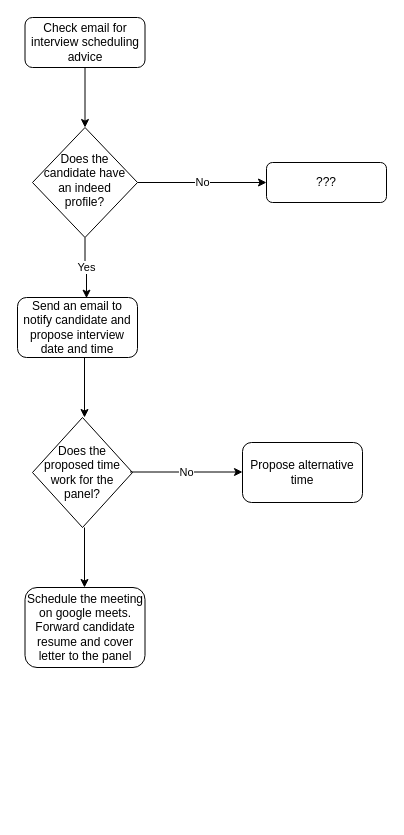
MatzKing/share-course keeps this draw.io diagram as Untitled Diagram.drawio. Above is the earlier version. Source tidied: cells renumbered, new cells numbered last; positions are measured from the earlier drawing's top-left corner, leaving out a move shared by most shapes. Both pictures are drawn from the tidied source at 100%, with x=0, y=0 at pixel (17, 17).
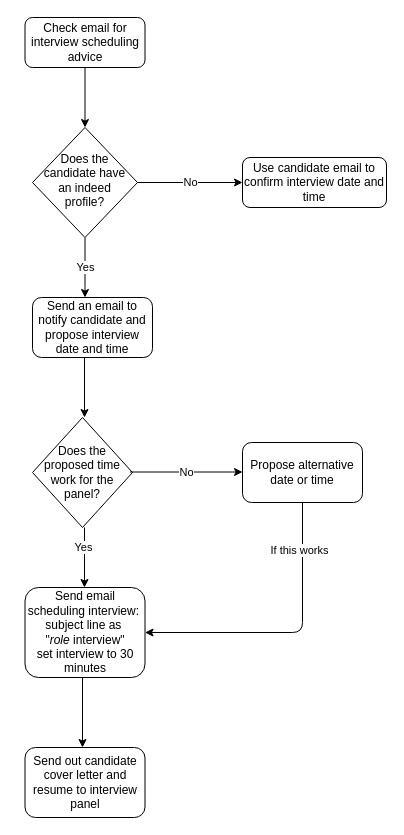
Above is the later version.

The change refers to these unchanged cells:
```xml
<mxCell id="6" value="Does the candidate have an indeed profile?" style="rhombus;whiteSpace=wrap;html=1;shadow=0;fontFamily=Helvetica;fontSize=12;align=center;strokeWidth=1;spacing=6;spacingTop=-4;" parent="1" vertex="1">
  <mxGeometry x="15" y="110" width="105" height="110" as="geometry" />
</mxCell>
<mxCell id="12" style="endArrow=classic;html=1;" parent="1" edge="1">
  <mxGeometry relative="1" as="geometry">
    <mxPoint x="67" y="510" as="sourcePoint" />
    <mxPoint x="67" y="570" as="targetPoint" />
  </mxGeometry>
</mxCell>
```

Diff of the diagram source:
```diff
@@
+    <mxCell id="5" value="No" style="edgeStyle=orthogonalEdgeStyle;rounded=0;jettySize=auto;html=1;entryX=0;entryY=0.5;entryDx=0;entryDy=0;" parent="1" edge="1" source="6" target="7">
+      <mxGeometry relative="1" as="geometry" />
+    </mxCell>
-    <mxCell id="4" value="Yes" style="edgeStyle=orthogonalEdgeStyle;rounded=0;jettySize=auto;html=1;exitX=0.5;exitY=1;exitDx=0;exitDy=0;entryX=0.575;entryY=0.011;entryDx=0;entryDy=0;entryPerimeter=0;" parent="1" edge="1" source="6" target="8">
-      <mxGeometry relative="1" as="geometry" />
+    <mxCell id="4" value="Yes" style="edgeStyle=orthogonalEdgeStyle;rounded=0;jettySize=auto;html=1;" parent="1" edge="1" source="6" target="8">
+      <mxGeometry relative="1" as="geometry">
+        <Array as="points">
+          <mxPoint x="68" y="270" />
+          <mxPoint x="68" y="270" />
+        </Array>
+      </mxGeometry>
     </mxCell>
-    <mxCell id="5" value="No" style="edgeStyle=orthogonalEdgeStyle;rounded=0;jettySize=auto;html=1;entryX=0;entryY=0.5;entryDx=0;entryDy=0;" parent="1" edge="1" source="6" target="7">
-      <mxGeometry relative="1" as="geometry" />
-    </mxCell>
@@
-    <mxCell id="7" value="???" style="rounded=1;whiteSpace=wrap;html=1;fontSize=12;glass=0;strokeWidth=1;shadow=0;" parent="1" vertex="1">
-      <mxGeometry x="249" y="145" width="120" height="40" as="geometry" />
+    <mxCell id="7" value="Use candidate email to confirm interview date and time" style="rounded=1;whiteSpace=wrap;html=1;fontSize=12;glass=0;strokeWidth=1;shadow=0;" parent="1" vertex="1">
+      <mxGeometry x="225" y="140" width="144" height="50" as="geometry" />
     </mxCell>
     <mxCell id="8" value="Send an email to notify candidate and propose interview date and time" style="rounded=1;whiteSpace=wrap;html=1;" parent="1" vertex="1">
-      <mxGeometry y="280" width="120" height="60" as="geometry" />
+      <mxGeometry x="15" y="280" width="120" height="60" as="geometry" />
     </mxCell>
@@
+    <mxCell id="15" value="Yes" style="edgeLabel;html=1;align=center;verticalAlign=middle;" parent="12" vertex="1">
+      <mxGeometry x="-0.38" y="-2" relative="1" as="geometry" />
+    </mxCell>
-    <mxCell id="13" value="Schedule the meeting on google meets.&lt;br&gt;Forward candidate resume and cover letter to the panel" style="rounded=1;whiteSpace=wrap;html=1;" parent="1" vertex="1">
-      <mxGeometry x="7.5" y="570" width="120" height="80" as="geometry" />
+    <mxCell id="13" value="Send email scheduling interview:&amp;nbsp;&lt;br&gt;subject line as&amp;nbsp;&lt;br&gt;&amp;nbsp;&quot;&lt;i&gt;role&lt;/i&gt; interview&quot;&amp;nbsp;&lt;br&gt;set interview to 30 minutes" style="rounded=1;whiteSpace=wrap;html=1;" parent="1" vertex="1">
+      <mxGeometry x="7.5" y="570" width="120" height="90" as="geometry" />
     </mxCell>
-    <mxCell id="14" value="Propose alternative time" style="rounded=1;whiteSpace=wrap;html=1;" parent="1" vertex="1">
+    <mxCell id="14" value="Propose alternative date or time" style="rounded=1;whiteSpace=wrap;html=1;" parent="1" vertex="1">
       <mxGeometry x="225" y="425" width="120" height="60" as="geometry" />
     </mxCell>
+    <mxCell id="16" style="endArrow=classic;html=1;" parent="1" edge="1">
+      <mxGeometry relative="1" as="geometry">
+        <mxPoint x="65" y="660" as="sourcePoint" />
+        <mxPoint x="65" y="730" as="targetPoint" />
+      </mxGeometry>
+    </mxCell>
+    <mxCell id="17" value="Send out candidate cover letter and resume to interview panel" style="rounded=1;whiteSpace=wrap;html=1;" parent="1" vertex="1">
+      <mxGeometry x="7.5" y="730" width="120" height="70" as="geometry" />
+    </mxCell>
+    <mxCell id="18" style="endArrow=classic;html=1;entryX=1;entryY=0.5;entryDx=0;entryDy=0;" parent="1" edge="1" source="14" target="13">
+      <mxGeometry relative="1" as="geometry">
+        <Array as="points">
+          <mxPoint x="285" y="615" />
+        </Array>
+      </mxGeometry>
+    </mxCell>
+    <mxCell id="19" value="If this works" style="edgeLabel;html=1;align=center;verticalAlign=middle;" parent="18" vertex="1">
+      <mxGeometry x="-0.67" y="-4" relative="1" as="geometry" />
+    </mxCell>
```
